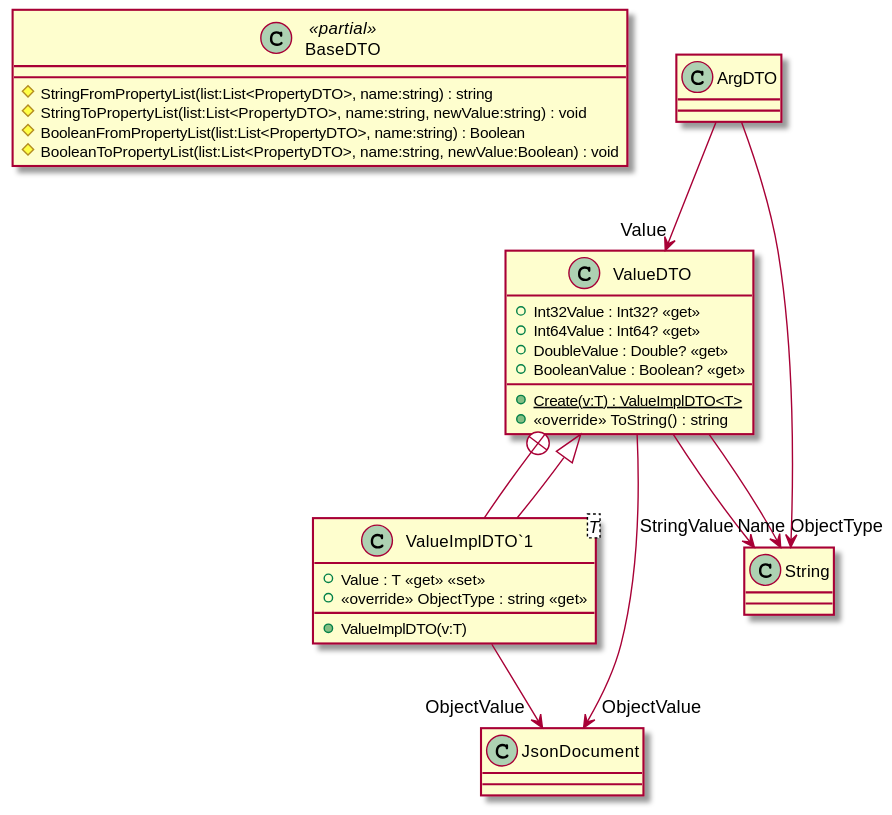
Earlier version of the PlantUML export wEBcMD/Doc/Types/cs/BaseDTO.svg (kokolorix/wEBcMD).
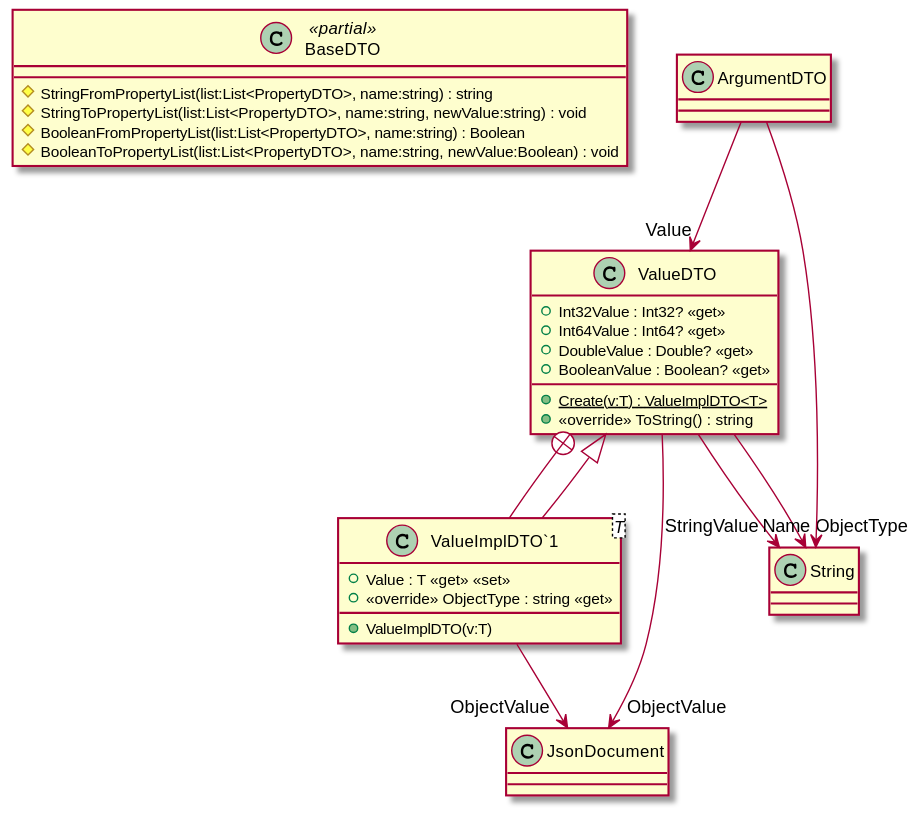
The same file after the commit.

Change to the diagram source:
```diff
@@ -13,7 +13,7 @@
     + BooleanValue : Boolean? <<get>>
     + <<override>> ToString() : string
 }
-class ArgDTO {
+class ArgumentDTO {
 }
 class "ValueImplDTO`1"<T> {
     + ValueImplDTO(v:T)
@@ -23,8 +23,8 @@
 ValueDTO --> "StringValue" String
 ValueDTO --> "ObjectType" String
 ValueDTO --> "ObjectValue" JsonDocument
-ArgDTO --> "Name" String
-ArgDTO --> "Value" ValueDTO
+ArgumentDTO --> "Name" String
+ArgumentDTO --> "Value" ValueDTO
 ValueDTO +-- "ValueImplDTO`1"
 ValueDTO <|-- "ValueImplDTO`1"
 "ValueImplDTO`1" --> "ObjectValue" JsonDocument
```
